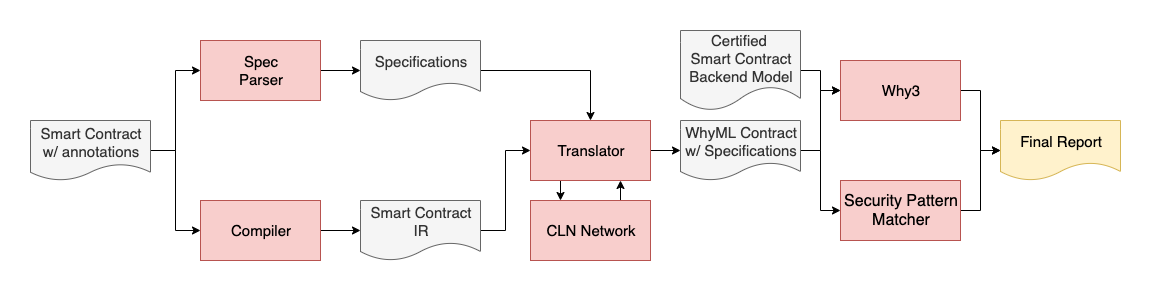
Above: images/scivik.png in lsk567/lsk567.github.io (draw.io), before the change. Source tidied: cells renumbered, new cells last; positions are measured from the earlier drawing's top-left corner, leaving out a move shared by most shapes. Its diagram source:
```xml
<mxGraphModel>
  <root>
    <mxCell id="0" />
    <mxCell id="1" parent="0" />
    <mxCell id="2" style="edgeStyle=orthogonalEdgeStyle;rounded=0;jettySize=auto;html=1;entryX=0;entryY=0.5;entryDx=0;entryDy=0;" parent="1" edge="1" source="4" target="8">
      <mxGeometry relative="1" as="geometry" />
    </mxCell>
    <mxCell id="3" style="edgeStyle=orthogonalEdgeStyle;rounded=0;jettySize=auto;html=1;entryX=0;entryY=0.5;entryDx=0;entryDy=0;" parent="1" edge="1" source="4" target="6">
      <mxGeometry relative="1" as="geometry" />
    </mxCell>
    <mxCell id="4" value="Smart Contract&lt;br style=&quot;font-size: 15px;&quot;&gt;w/ annotations" style="shape=document;whiteSpace=wrap;html=1;boundedLbl=1;size=0.275;fillColor=#f5f5f5;strokeColor=#666666;fontColor=#333333;fontSize=15;" parent="1" vertex="1">
      <mxGeometry y="90" width="120" height="60" as="geometry" />
    </mxCell>
    <mxCell id="5" style="edgeStyle=orthogonalEdgeStyle;rounded=0;jettySize=auto;html=1;entryX=0;entryY=0.5;entryDx=0;entryDy=0;" parent="1" edge="1" source="6" target="10">
      <mxGeometry relative="1" as="geometry" />
    </mxCell>
    <mxCell id="6" value="Compiler" style="rounded=0;whiteSpace=wrap;html=1;fillColor=#f8cecc;strokeColor=#b85450;fontSize=15;" parent="1" vertex="1">
      <mxGeometry x="170" y="170" width="120" height="60" as="geometry" />
    </mxCell>
    <mxCell id="7" style="edgeStyle=orthogonalEdgeStyle;rounded=0;jettySize=auto;html=1;entryX=0;entryY=0.5;entryDx=0;entryDy=0;" parent="1" edge="1" source="8" target="12">
      <mxGeometry relative="1" as="geometry" />
    </mxCell>
    <mxCell id="8" value="Spec&lt;br style=&quot;font-size: 15px;&quot;&gt;Parser" style="rounded=0;whiteSpace=wrap;html=1;fillColor=#f8cecc;strokeColor=#b85450;fontSize=15;" parent="1" vertex="1">
      <mxGeometry x="170" y="10" width="120" height="60" as="geometry" />
    </mxCell>
    <mxCell id="9" style="edgeStyle=orthogonalEdgeStyle;rounded=0;jettySize=auto;html=1;entryX=0;entryY=0.5;entryDx=0;entryDy=0;" parent="1" edge="1" source="10" target="15">
      <mxGeometry relative="1" as="geometry" />
    </mxCell>
    <mxCell id="10" value="Smart Contract&lt;br style=&quot;font-size: 15px;&quot;&gt;IR" style="shape=document;whiteSpace=wrap;html=1;boundedLbl=1;fillColor=#f5f5f5;strokeColor=#666666;fontColor=#333333;fontSize=15;" parent="1" vertex="1">
      <mxGeometry x="330" y="170" width="120" height="60" as="geometry" />
    </mxCell>
    <mxCell id="11" style="edgeStyle=orthogonalEdgeStyle;rounded=0;jettySize=auto;html=1;" parent="1" edge="1" source="12" target="15">
      <mxGeometry relative="1" as="geometry" />
    </mxCell>
    <mxCell id="12" value="Specifications" style="shape=document;whiteSpace=wrap;html=1;boundedLbl=1;fillColor=#f5f5f5;strokeColor=#666666;fontColor=#333333;fontSize=15;" parent="1" vertex="1">
      <mxGeometry x="330" y="10" width="120" height="60" as="geometry" />
    </mxCell>
    <mxCell id="13" style="edgeStyle=orthogonalEdgeStyle;rounded=0;jettySize=auto;html=1;entryX=0;entryY=0.5;entryDx=0;entryDy=0;" parent="1" edge="1" source="15" target="18">
      <mxGeometry relative="1" as="geometry" />
    </mxCell>
    <mxCell id="14" style="edgeStyle=orthogonalEdgeStyle;rounded=0;jettySize=auto;html=1;exitX=0.25;exitY=1;exitDx=0;exitDy=0;entryX=0.25;entryY=0;entryDx=0;entryDy=0;" parent="1" edge="1" source="15" target="22">
      <mxGeometry relative="1" as="geometry" />
    </mxCell>
    <mxCell id="15" value="Translator" style="rounded=0;whiteSpace=wrap;html=1;fillColor=#f8cecc;strokeColor=#b85450;fontSize=15;" parent="1" vertex="1">
      <mxGeometry x="500" y="90" width="120" height="60" as="geometry" />
    </mxCell>
    <mxCell id="16" style="edgeStyle=orthogonalEdgeStyle;rounded=0;jettySize=auto;html=1;entryX=0;entryY=0.5;entryDx=0;entryDy=0;" parent="1" edge="1" source="18" target="24">
      <mxGeometry relative="1" as="geometry" />
    </mxCell>
    <mxCell id="17" style="edgeStyle=orthogonalEdgeStyle;rounded=0;jettySize=auto;html=1;entryX=0;entryY=0.5;entryDx=0;entryDy=0;" parent="1" edge="1" source="18" target="20">
      <mxGeometry relative="1" as="geometry" />
    </mxCell>
    <mxCell id="18" value="WhyML Contract&lt;br style=&quot;font-size: 15px;&quot;&gt;w/ Specifications" style="shape=document;whiteSpace=wrap;html=1;boundedLbl=1;fillColor=#f5f5f5;strokeColor=#666666;fontColor=#333333;fontSize=15;" parent="1" vertex="1">
      <mxGeometry x="650" y="90" width="120" height="60" as="geometry" />
    </mxCell>
    <mxCell id="19" style="edgeStyle=orthogonalEdgeStyle;rounded=0;jettySize=auto;html=1;entryX=0;entryY=0.5;entryDx=0;entryDy=0;" parent="1" edge="1" source="20" target="25">
      <mxGeometry relative="1" as="geometry" />
    </mxCell>
    <mxCell id="20" value="Security Pattern Matcher" style="rounded=0;whiteSpace=wrap;html=1;fillColor=#f8cecc;strokeColor=#b85450;fontSize=16;" parent="1" vertex="1">
      <mxGeometry x="810" y="150" width="120" height="60" as="geometry" />
    </mxCell>
    <mxCell id="21" style="edgeStyle=orthogonalEdgeStyle;rounded=0;jettySize=auto;html=1;exitX=0.75;exitY=0;exitDx=0;exitDy=0;entryX=0.75;entryY=1;entryDx=0;entryDy=0;" parent="1" edge="1" source="22" target="15">
      <mxGeometry relative="1" as="geometry" />
    </mxCell>
    <mxCell id="22" value="CLN Network" style="rounded=0;whiteSpace=wrap;html=1;fillColor=#f8cecc;strokeColor=#b85450;fontSize=15;" parent="1" vertex="1">
      <mxGeometry x="500" y="170" width="120" height="60" as="geometry" />
    </mxCell>
    <mxCell id="23" style="edgeStyle=orthogonalEdgeStyle;rounded=0;jettySize=auto;html=1;entryX=0;entryY=0.5;entryDx=0;entryDy=0;" parent="1" edge="1" source="24" target="25">
      <mxGeometry relative="1" as="geometry" />
    </mxCell>
    <mxCell id="24" value="Why3" style="rounded=0;whiteSpace=wrap;html=1;fillColor=#f8cecc;strokeColor=#b85450;fontSize=15;" parent="1" vertex="1">
      <mxGeometry x="810" y="30" width="120" height="60" as="geometry" />
    </mxCell>
    <mxCell id="25" value="Final Report" style="shape=document;whiteSpace=wrap;html=1;boundedLbl=1;fillColor=#fff2cc;strokeColor=#d6b656;fontSize=15;" parent="1" vertex="1">
      <mxGeometry x="970" y="90" width="120" height="60" as="geometry" />
    </mxCell>
    <mxCell id="26" style="edgeStyle=orthogonalEdgeStyle;rounded=0;jettySize=auto;html=1;entryX=0;entryY=0.5;entryDx=0;entryDy=0;" parent="1" edge="1" source="27" target="24">
      <mxGeometry relative="1" as="geometry" />
    </mxCell>
    <mxCell id="27" value="Certified &lt;br style=&quot;font-size: 15px;&quot;&gt;Smart Contract Backend Model" style="shape=document;whiteSpace=wrap;html=1;boundedLbl=1;fillColor=#f5f5f5;strokeColor=#666666;fontColor=#333333;fontSize=15;" parent="1" vertex="1">
      <mxGeometry x="650" width="120" height="80" as="geometry" />
    </mxCell>
  </root>
</mxGraphModel>
```
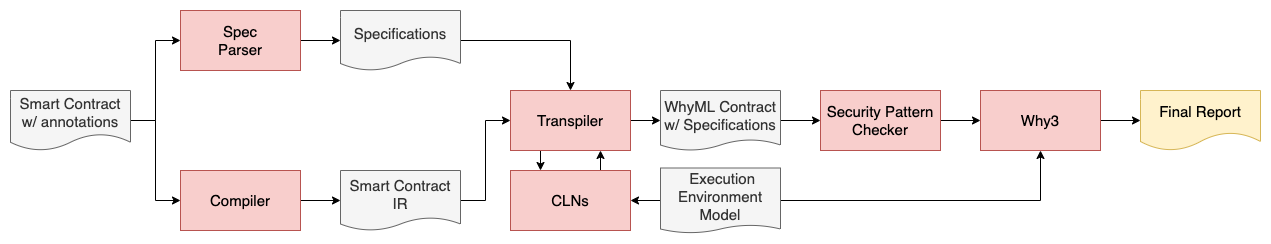
The same diagram one commit later.

The edit, as a diff of the source:
```diff
@@ -26,13 +26,13 @@
     <mxCell id="9" style="edgeStyle=orthogonalEdgeStyle;rounded=0;jettySize=auto;html=1;entryX=0;entryY=0.5;entryDx=0;entryDy=0;" parent="1" edge="1" source="10" target="15">
       <mxGeometry relative="1" as="geometry" />
     </mxCell>
-    <mxCell id="10" value="Smart Contract&lt;br style=&quot;font-size: 15px;&quot;&gt;IR" style="shape=document;whiteSpace=wrap;html=1;boundedLbl=1;fillColor=#f5f5f5;strokeColor=#666666;fontColor=#333333;fontSize=15;" parent="1" vertex="1">
+    <mxCell id="10" value="Smart Contract&lt;br style=&quot;font-size: 15px;&quot;&gt;IR" style="shape=document;whiteSpace=wrap;html=1;boundedLbl=1;fillColor=#f5f5f5;strokeColor=#666666;fontColor=#333333;fontSize=15;size=0.21666666666666667;" parent="1" vertex="1">
       <mxGeometry x="330" y="170" width="120" height="60" as="geometry" />
     </mxCell>
     <mxCell id="11" style="edgeStyle=orthogonalEdgeStyle;rounded=0;jettySize=auto;html=1;" parent="1" edge="1" source="12" target="15">
       <mxGeometry relative="1" as="geometry" />
     </mxCell>
-    <mxCell id="12" value="Specifications" style="shape=document;whiteSpace=wrap;html=1;boundedLbl=1;fillColor=#f5f5f5;strokeColor=#666666;fontColor=#333333;fontSize=15;" parent="1" vertex="1">
+    <mxCell id="12" value="Specifications" style="shape=document;whiteSpace=wrap;html=1;boundedLbl=1;fillColor=#f5f5f5;strokeColor=#666666;fontColor=#333333;fontSize=15;size=0.23333333333333334;" parent="1" vertex="1">
       <mxGeometry x="330" y="10" width="120" height="60" as="geometry" />
     </mxCell>
     <mxCell id="13" style="edgeStyle=orthogonalEdgeStyle;rounded=0;jettySize=auto;html=1;entryX=0;entryY=0.5;entryDx=0;entryDy=0;" parent="1" edge="1" source="15" target="18">
@@ -41,44 +41,44 @@
     <mxCell id="14" style="edgeStyle=orthogonalEdgeStyle;rounded=0;jettySize=auto;html=1;exitX=0.25;exitY=1;exitDx=0;exitDy=0;entryX=0.25;entryY=0;entryDx=0;entryDy=0;" parent="1" edge="1" source="15" target="22">
       <mxGeometry relative="1" as="geometry" />
     </mxCell>
-    <mxCell id="15" value="Translator" style="rounded=0;whiteSpace=wrap;html=1;fillColor=#f8cecc;strokeColor=#b85450;fontSize=15;" parent="1" vertex="1">
+    <mxCell id="15" value="Transpiler" style="rounded=0;whiteSpace=wrap;html=1;fillColor=#f8cecc;strokeColor=#b85450;fontSize=15;" parent="1" vertex="1">
       <mxGeometry x="500" y="90" width="120" height="60" as="geometry" />
     </mxCell>
-    <mxCell id="16" style="edgeStyle=orthogonalEdgeStyle;rounded=0;jettySize=auto;html=1;entryX=0;entryY=0.5;entryDx=0;entryDy=0;" parent="1" edge="1" source="18" target="24">
-      <mxGeometry relative="1" as="geometry" />
-    </mxCell>
     <mxCell id="17" style="edgeStyle=orthogonalEdgeStyle;rounded=0;jettySize=auto;html=1;entryX=0;entryY=0.5;entryDx=0;entryDy=0;" parent="1" edge="1" source="18" target="20">
       <mxGeometry relative="1" as="geometry" />
     </mxCell>
-    <mxCell id="18" value="WhyML Contract&lt;br style=&quot;font-size: 15px;&quot;&gt;w/ Specifications" style="shape=document;whiteSpace=wrap;html=1;boundedLbl=1;fillColor=#f5f5f5;strokeColor=#666666;fontColor=#333333;fontSize=15;" parent="1" vertex="1">
+    <mxCell id="18" value="WhyML Contract&lt;br style=&quot;font-size: 15px;&quot;&gt;w/ Specifications" style="shape=document;whiteSpace=wrap;html=1;boundedLbl=1;fillColor=#f5f5f5;strokeColor=#666666;fontColor=#333333;fontSize=15;size=0.18333333333333332;" parent="1" vertex="1">
       <mxGeometry x="650" y="90" width="120" height="60" as="geometry" />
     </mxCell>
-    <mxCell id="19" style="edgeStyle=orthogonalEdgeStyle;rounded=0;jettySize=auto;html=1;entryX=0;entryY=0.5;entryDx=0;entryDy=0;" parent="1" edge="1" source="20" target="25">
-      <mxGeometry relative="1" as="geometry" />
-    </mxCell>
+    <mxCell id="28" style="edgeStyle=orthogonalEdgeStyle;rounded=0;jettySize=auto;html=1;exitX=1;exitY=0.5;exitDx=0;exitDy=0;entryX=0;entryY=0.5;entryDx=0;entryDy=0;" parent="1" edge="1" source="20" target="24">
+      <mxGeometry relative="1" as="geometry" />
+    </mxCell>
-    <mxCell id="20" value="Security Pattern Matcher" style="rounded=0;whiteSpace=wrap;html=1;fillColor=#f8cecc;strokeColor=#b85450;fontSize=16;" parent="1" vertex="1">
-      <mxGeometry x="810" y="150" width="120" height="60" as="geometry" />
+    <mxCell id="20" value="Security Pattern Checker" style="rounded=0;whiteSpace=wrap;html=1;fillColor=#f8cecc;strokeColor=#b85450;fontSize=15;" parent="1" vertex="1">
+      <mxGeometry x="810" y="90" width="120" height="60" as="geometry" />
     </mxCell>
     <mxCell id="21" style="edgeStyle=orthogonalEdgeStyle;rounded=0;jettySize=auto;html=1;exitX=0.75;exitY=0;exitDx=0;exitDy=0;entryX=0.75;entryY=1;entryDx=0;entryDy=0;" parent="1" edge="1" source="22" target="15">
       <mxGeometry relative="1" as="geometry" />
     </mxCell>
-    <mxCell id="22" value="CLN Network" style="rounded=0;whiteSpace=wrap;html=1;fillColor=#f8cecc;strokeColor=#b85450;fontSize=15;" parent="1" vertex="1">
+    <mxCell id="22" value="CLNs" style="rounded=0;whiteSpace=wrap;html=1;fillColor=#f8cecc;strokeColor=#b85450;fontSize=15;" parent="1" vertex="1">
       <mxGeometry x="500" y="170" width="120" height="60" as="geometry" />
     </mxCell>
-    <mxCell id="23" style="edgeStyle=orthogonalEdgeStyle;rounded=0;jettySize=auto;html=1;entryX=0;entryY=0.5;entryDx=0;entryDy=0;" parent="1" edge="1" source="24" target="25">
+    <mxCell id="23" style="edgeStyle=orthogonalEdgeStyle;rounded=0;jettySize=auto;html=1;exitX=1;exitY=0.5;exitDx=0;exitDy=0;entryX=0;entryY=0.5;entryDx=0;entryDy=0;" parent="1" edge="1" source="24" target="25">
       <mxGeometry relative="1" as="geometry" />
     </mxCell>
     <mxCell id="24" value="Why3" style="rounded=0;whiteSpace=wrap;html=1;fillColor=#f8cecc;strokeColor=#b85450;fontSize=15;" parent="1" vertex="1">
-      <mxGeometry x="810" y="30" width="120" height="60" as="geometry" />
+      <mxGeometry x="970" y="90" width="120" height="60" as="geometry" />
     </mxCell>
     <mxCell id="25" value="Final Report" style="shape=document;whiteSpace=wrap;html=1;boundedLbl=1;fillColor=#fff2cc;strokeColor=#d6b656;fontSize=15;" parent="1" vertex="1">
-      <mxGeometry x="970" y="90" width="120" height="60" as="geometry" />
+      <mxGeometry x="1130" y="90" width="120" height="60" as="geometry" />
     </mxCell>
-    <mxCell id="26" style="edgeStyle=orthogonalEdgeStyle;rounded=0;jettySize=auto;html=1;entryX=0;entryY=0.5;entryDx=0;entryDy=0;" parent="1" edge="1" source="27" target="24">
+    <mxCell id="26" style="edgeStyle=orthogonalEdgeStyle;rounded=0;jettySize=auto;html=1;exitX=1;exitY=0.5;exitDx=0;exitDy=0;" parent="1" edge="1" source="27" target="24">
       <mxGeometry relative="1" as="geometry" />
     </mxCell>
+    <mxCell id="29" style="edgeStyle=orthogonalEdgeStyle;rounded=0;jettySize=auto;html=1;exitX=0;exitY=0.5;exitDx=0;exitDy=0;entryX=1;entryY=0.5;entryDx=0;entryDy=0;" parent="1" edge="1" source="27" target="22">
+      <mxGeometry relative="1" as="geometry" />
+    </mxCell>
-    <mxCell id="27" value="Certified &lt;br style=&quot;font-size: 15px;&quot;&gt;Smart Contract Backend Model" style="shape=document;whiteSpace=wrap;html=1;boundedLbl=1;fillColor=#f5f5f5;strokeColor=#666666;fontColor=#333333;fontSize=15;" parent="1" vertex="1">
-      <mxGeometry x="650" width="120" height="80" as="geometry" />
+    <mxCell id="27" value="&amp;nbsp;Execution Environment Model" style="shape=document;whiteSpace=wrap;html=1;boundedLbl=1;fillColor=#f5f5f5;strokeColor=#666666;fontColor=#333333;fontSize=15;size=0.12307692307692308;" parent="1" vertex="1">
+      <mxGeometry x="650" y="167.5" width="120" height="65" as="geometry" />
     </mxCell>
   </root>
 </mxGraphModel>
```
